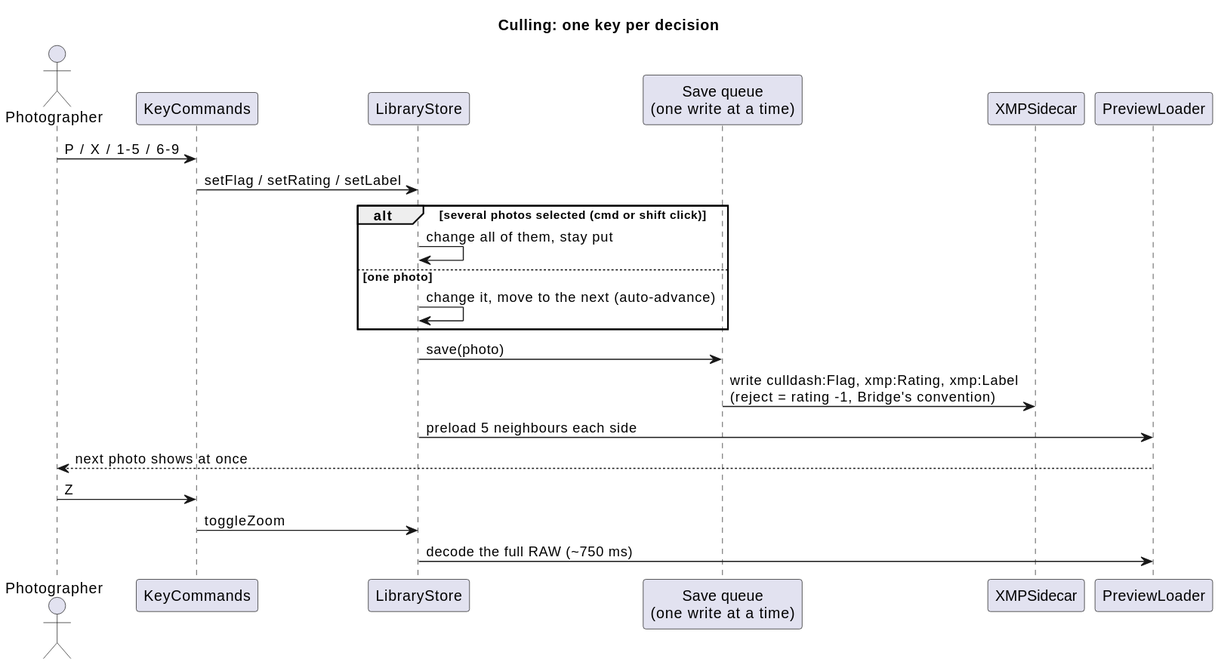
This is docs/diagrams/cull-loop.svg from elcozy/culldash, a PlantUML export, as it was before one commit. The source it was exported from:
```plantuml
@startuml
title Culling: one key per decision
actor Photographer as P
participant KeyCommands as K
participant LibraryStore as S
participant "Save queue\n(one write at a time)" as Q
participant XMPSidecar as X
participant PreviewLoader as L

P -> K: P / X / 1-5 / 6-9
K -> S: setFlag / setRating / setLabel
alt several photos selected (cmd or shift click)
  S -> S: change all of them, stay put
else one photo
  S -> S: change it, move to the next (auto-advance)
end
S -> Q: save(photo)
Q -> X: write culldash:Flag, xmp:Rating, xmp:Label\n(reject = rating -1, Bridge's convention)
S -> L: preload 5 neighbours each side
L --> P: next photo shows at once
P -> K: Z
K -> S: toggleZoom
S -> L: decode the full RAW (~750 ms)
@enduml
```
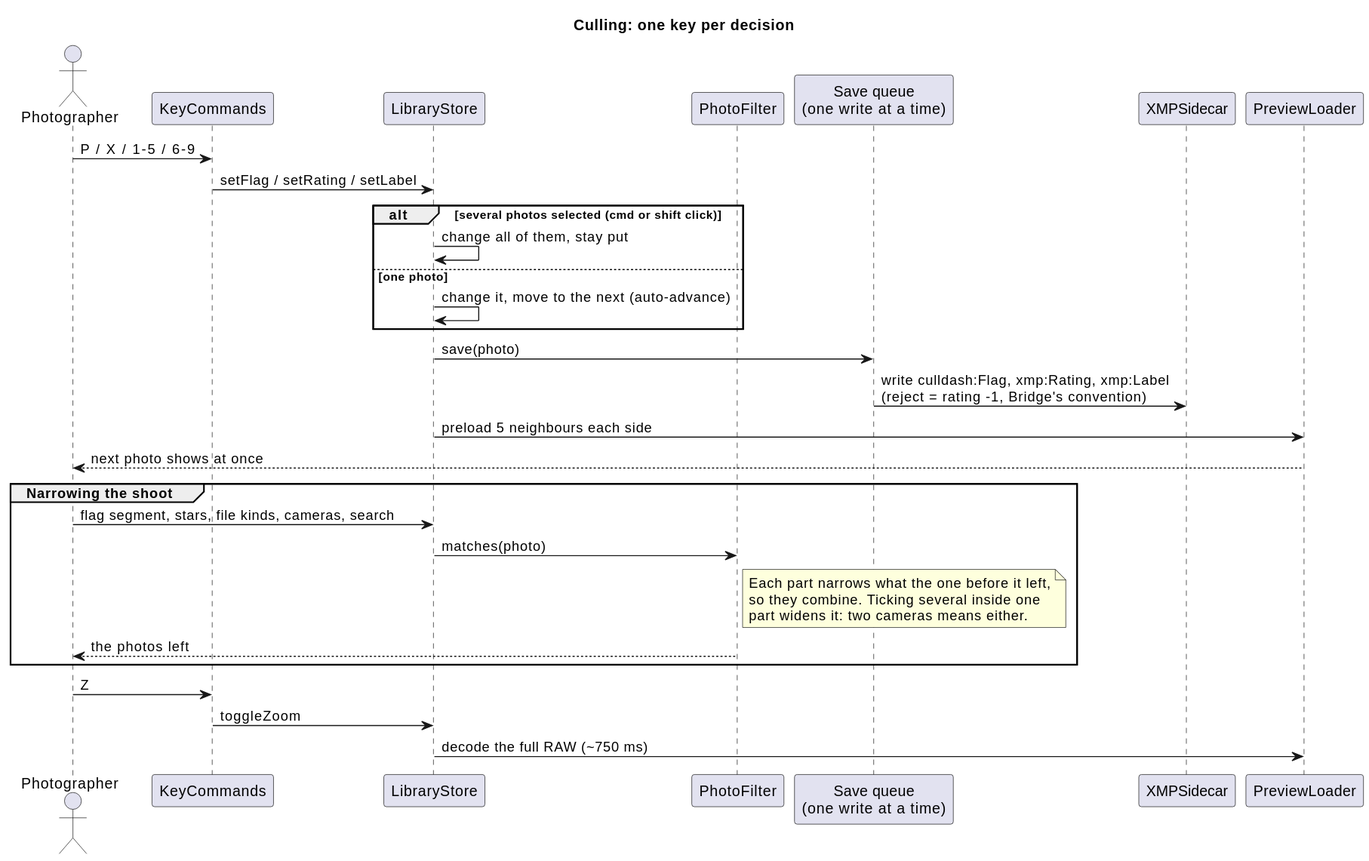
After the change.

The edit, as a diff of the source:
```diff
@@ -3,6 +3,7 @@
 actor Photographer as P
 participant KeyCommands as K
 participant LibraryStore as S
+participant PhotoFilter as F
 participant "Save queue\n(one write at a time)" as Q
 participant XMPSidecar as X
 participant PreviewLoader as L
@@ -18,6 +19,18 @@
 Q -> X: write culldash:Flag, xmp:Rating, xmp:Label\n(reject = rating -1, Bridge's convention)
 S -> L: preload 5 neighbours each side
 L --> P: next photo shows at once
+
+group Narrowing the shoot
+  P -> S: flag segment, stars, file kinds, cameras, search
+  S -> F: matches(photo)
+  note right of F
+    Each part narrows what the one before it left,
+    so they combine. Ticking several inside one
+    part widens it: two cameras means either.
+  end note
+  F --> P: the photos left
+end
+
 P -> K: Z
 K -> S: toggleZoom
 S -> L: decode the full RAW (~750 ms)
```
